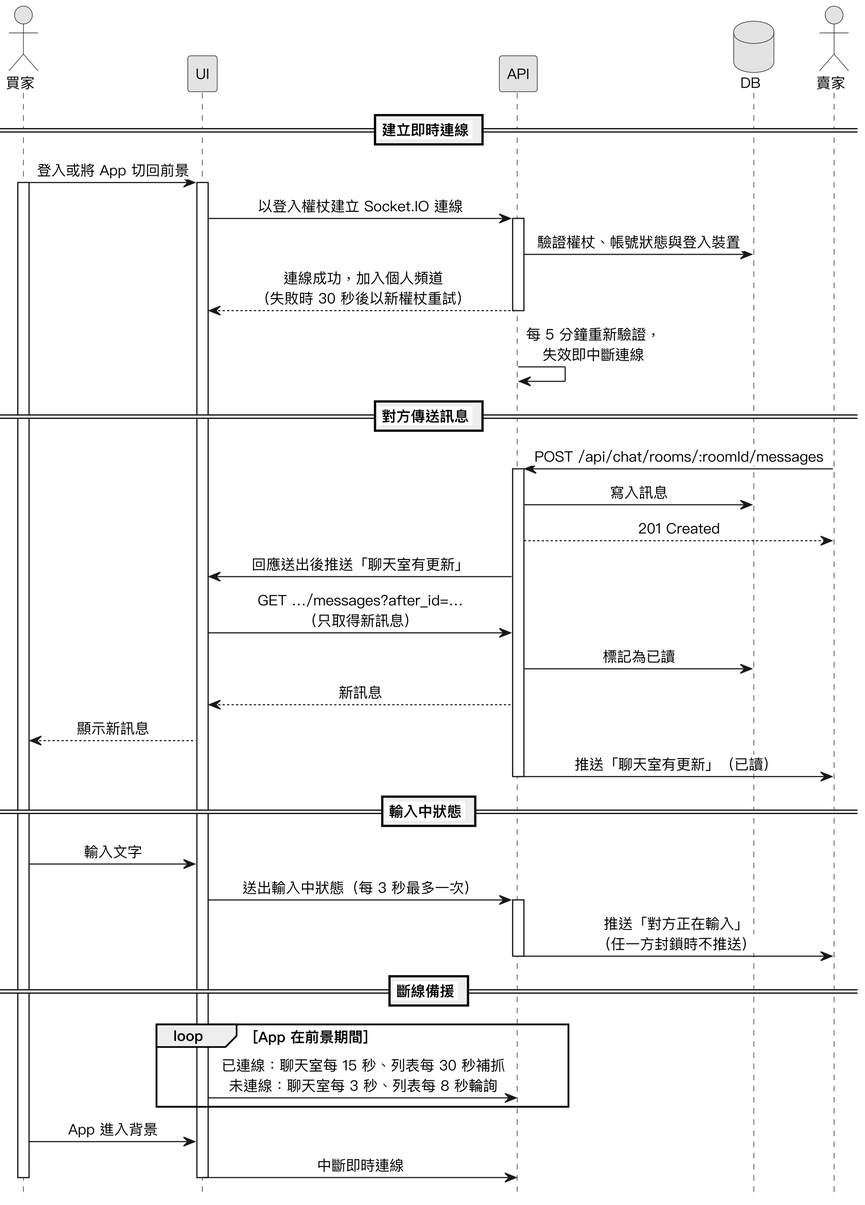
Before: Diagrams/Sequence Diagrams/v3/seq_realtime.png, a diagram exported from PlantUML (SaveMyBook/SaveMyBook).
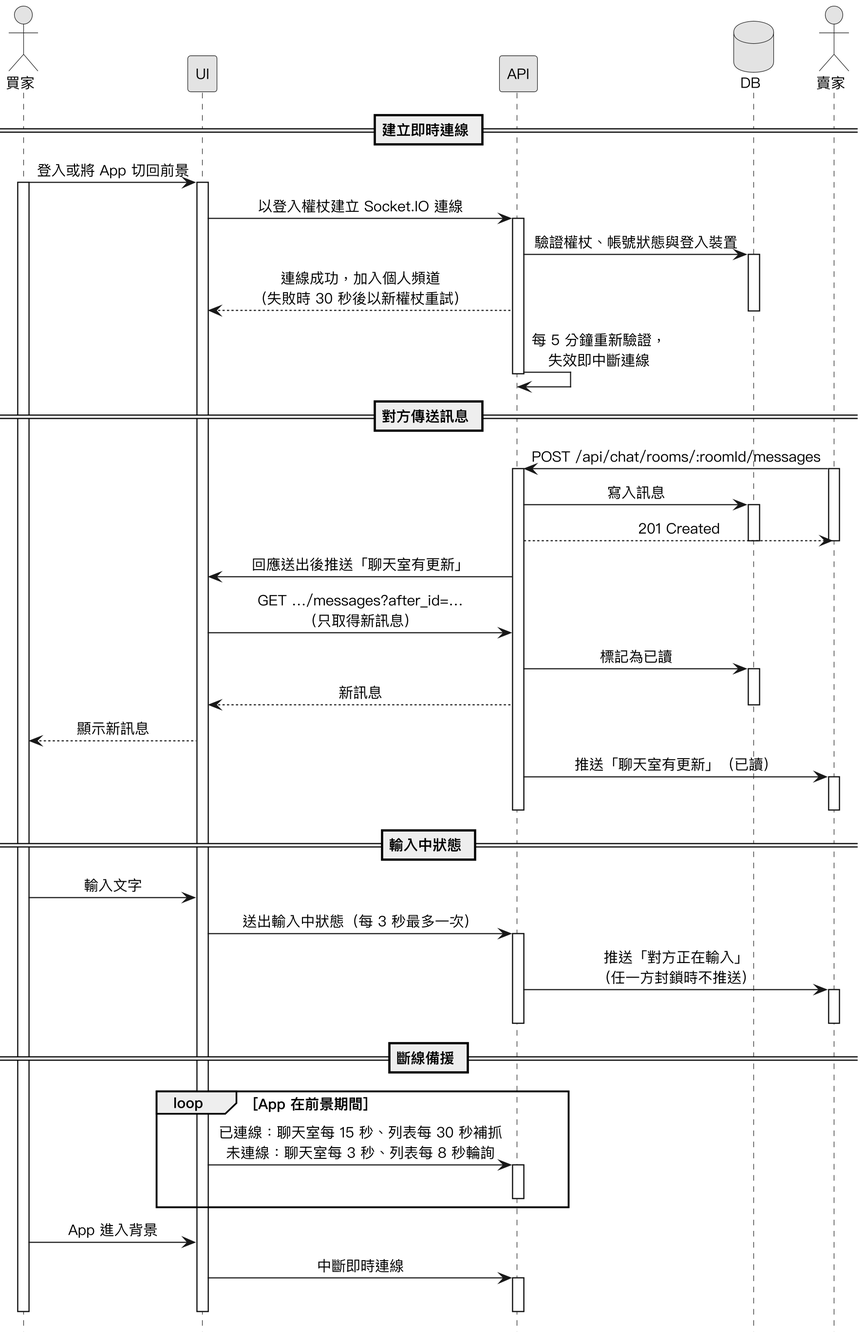
After the change.

Diff of the diagram source:
```diff
@@ -21,36 +21,48 @@
 UI -> API : 以登入權杖建立 Socket.IO 連線
 activate API
 API -> DB : 驗證權杖、帳號狀態與登入裝置
+activate DB
 API --> UI : 連線成功，加入個人頻道\n（失敗時 30 秒後以新權杖重試）
+deactivate DB
+API -> API : 每 5 分鐘重新驗證，\n失效即中斷連線
 deactivate API
-API -> API : 每 5 分鐘重新驗證，\n失效即中斷連線
 
 == 對方傳送訊息 ==
 賣家 -> API : POST /api/chat/rooms/:roomId/messages
+activate 賣家
 activate API
 API -> DB : 寫入訊息
+activate DB
 API --> 賣家 : 201 Created
+deactivate DB
+deactivate 賣家
 API -> UI : 回應送出後推送「聊天室有更新」
 UI -> API : GET …/messages?after_id=…\n（只取得新訊息）
 API -> DB : 標記為已讀
+activate DB
 API --> UI : 新訊息
+deactivate DB
 UI --> 買家 : 顯示新訊息
-API -> 賣家 : 推送「聊天室有更新」（已讀）
+API -> 賣家 ++ : 推送「聊天室有更新」（已讀）
+deactivate 賣家
 deactivate API
 
 == 輸入中狀態 ==
 買家 -> UI : 輸入文字
 UI -> API : 送出輸入中狀態（每 3 秒最多一次）
 activate API
-API -> 賣家 : 推送「對方正在輸入」\n（任一方封鎖時不推送）
+API -> 賣家 ++ : 推送「對方正在輸入」\n（任一方封鎖時不推送）
+deactivate 賣家
 deactivate API
 
 == 斷線備援 ==
 loop App 在前景期間
-  UI -> API : 已連線：聊天室每 15 秒、列表每 30 秒補抓\n未連線：聊天室每 3 秒、列表每 8 秒輪詢
+  UI -> API ++ : 已連線：聊天室每 15 秒、列表每 30 秒補抓\n未連線：聊天室每 3 秒、列表每 8 秒輪詢
+  deactivate API
 end
 買家 -> UI : App 進入背景
-UI -> API : 中斷即時連線
+UI -> API ++ : 中斷即時連線
+deactivate API
 deactivate UI
 deactivate 買家
 @enduml
```
